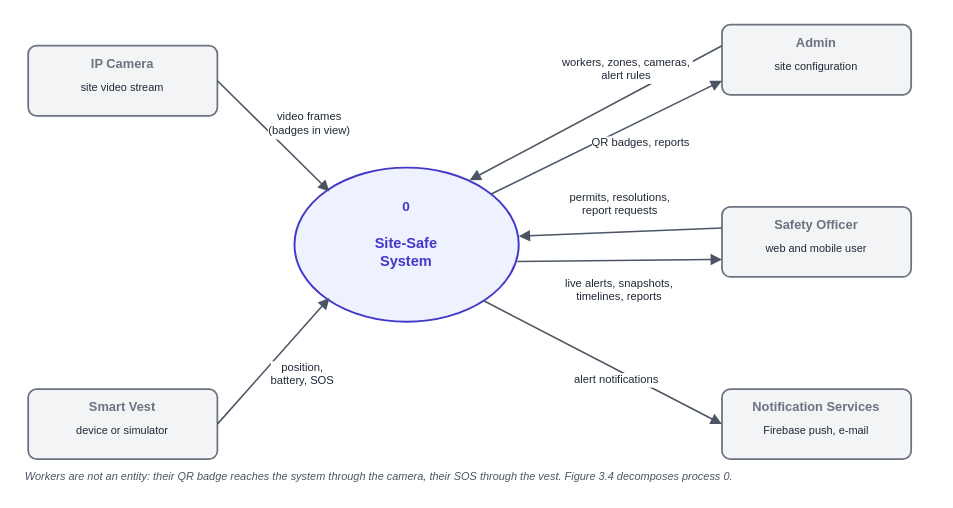
hamzahyaasin/site-safe keeps this draw.io diagram as docs/figures/editable/fig_dfd_level0.drawio. Above is the earlier version. Source tidied: cells renumbered, new cells numbered last; positions are measured from the earlier drawing's top-left corner, leaving out a move shared by most shapes. Both pictures are drawn from the tidied source at 146%, with x=0, y=0 at pixel (25, 23).
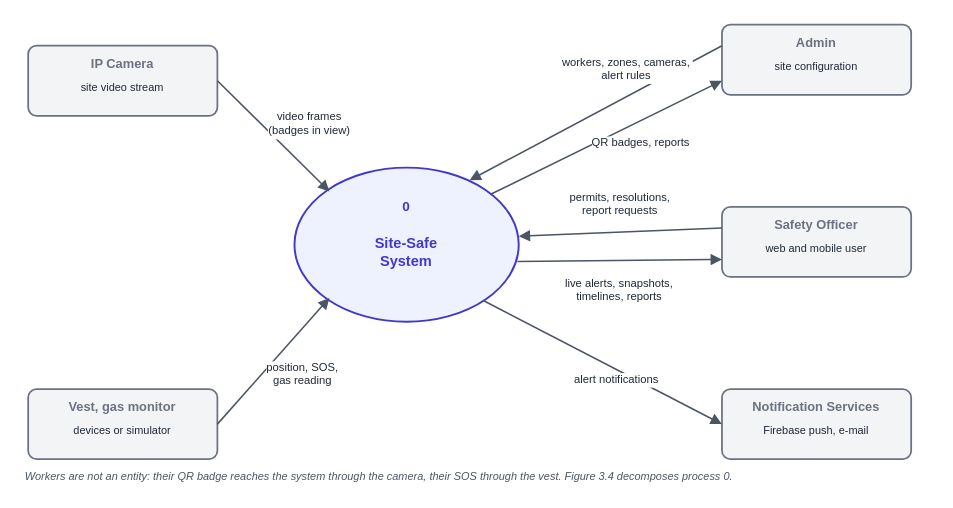
The same page after the edit.

Unchanged cells that the change refers to:
```xml
<mxCell id="4" style="html=1;whiteSpace=wrap;fillColor=#f3f4f6;strokeColor=#6b7280;strokeWidth=1.20;dashed=0;rounded=1;arcSize=12;absoluteArcSize=0;" parent="1" vertex="1">
  <mxGeometry x="1.8" y="250" width="129.6" height="48" as="geometry" />
</mxCell>
```

Diff of the diagram source:
```diff
@@
-    <mxCell id="19" value="Smart Vest" style="text;html=0;whiteSpace=nowrap;align=center;verticalAlign=middle;fontFamily=Arial;fontSize=8.8;fontColor=#6b7280;fontStyle=1;strokeColor=none;fillColor=none;spacing=0;" parent="4" vertex="1">
-      <mxGeometry x="33.7" y="5.9" width="62.2" height="13.1" as="geometry" />
+    <mxCell id="19" value="Vest, gas monitor" style="text;html=0;whiteSpace=nowrap;align=center;verticalAlign=middle;fontFamily=Arial;fontSize=8.8;fontColor=#6b7280;fontStyle=1;strokeColor=none;fillColor=none;spacing=0;" parent="4" vertex="1">
+      <mxGeometry x="15.7" y="5.9" width="98.1" height="13.1" as="geometry" />
     </mxCell>
-    <mxCell id="20" value="device or simulator" style="text;html=0;whiteSpace=nowrap;align=center;verticalAlign=middle;fontFamily=Arial;fontSize=7.5;fontColor=#1f2937;fontStyle=0;strokeColor=none;fillColor=none;spacing=0;" parent="4" vertex="1">
-      <mxGeometry x="22.8" y="24.1" width="84" height="9.4" as="geometry" />
+    <mxCell id="20" value="devices or simulator" style="text;html=0;whiteSpace=nowrap;align=center;verticalAlign=middle;fontFamily=Arial;fontSize=7.5;fontColor=#1f2937;fontStyle=0;strokeColor=none;fillColor=none;spacing=0;" parent="4" vertex="1">
+      <mxGeometry x="20.4" y="24.1" width="88.8" height="9.4" as="geometry" />
     </mxCell>
@@
-    <mxCell id="28" value="position,&#10;battery, SOS" style="text;html=0;whiteSpace=nowrap;align=center;verticalAlign=middle;fontFamily=Arial;fontSize=7.7;fontColor=#1f2937;fontStyle=0;strokeColor=none;fillColor=none;spacing=0;labelBackgroundColor=#ffffff;" parent="1" vertex="1">
-      <mxGeometry x="160" y="230.3" width="59.9" height="19.3" as="geometry" />
+    <mxCell id="28" value="position, SOS,&#10;gas reading" style="text;html=0;whiteSpace=nowrap;align=center;verticalAlign=middle;fontFamily=Arial;fontSize=7.7;fontColor=#1f2937;fontStyle=0;strokeColor=none;fillColor=none;spacing=0;labelBackgroundColor=#ffffff;" parent="1" vertex="1">
+      <mxGeometry x="156.5" y="230.6" width="67" height="18.7" as="geometry" />
     </mxCell>
```
